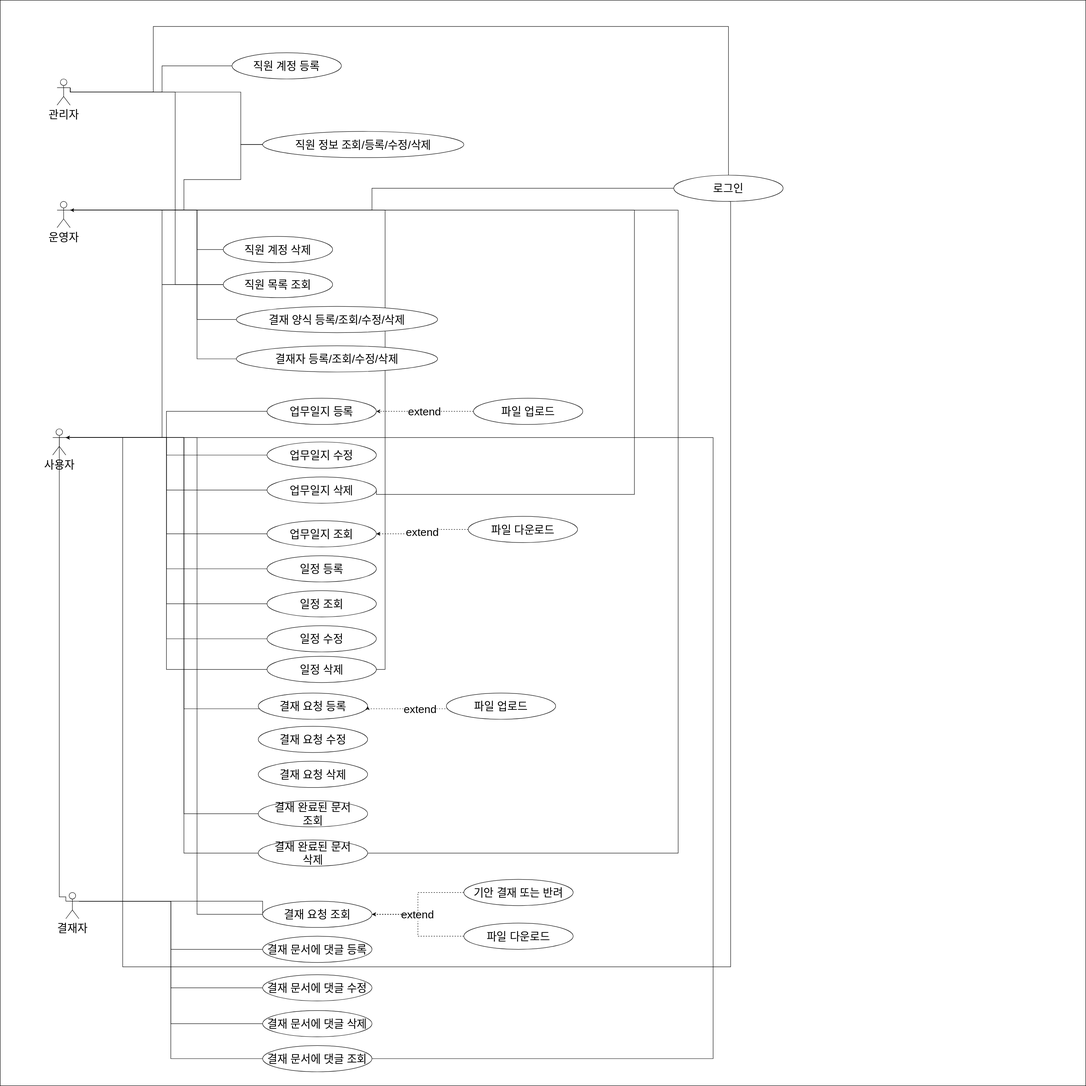
pjiyun123/mmp-groupware-project keeps this draw.io diagram as files/use-case.svg. Above is the earlier version. Source tidied: cells renumbered, new cells last; positions are measured from the earlier drawing's top-left corner, leaving out a move shared by most shapes.
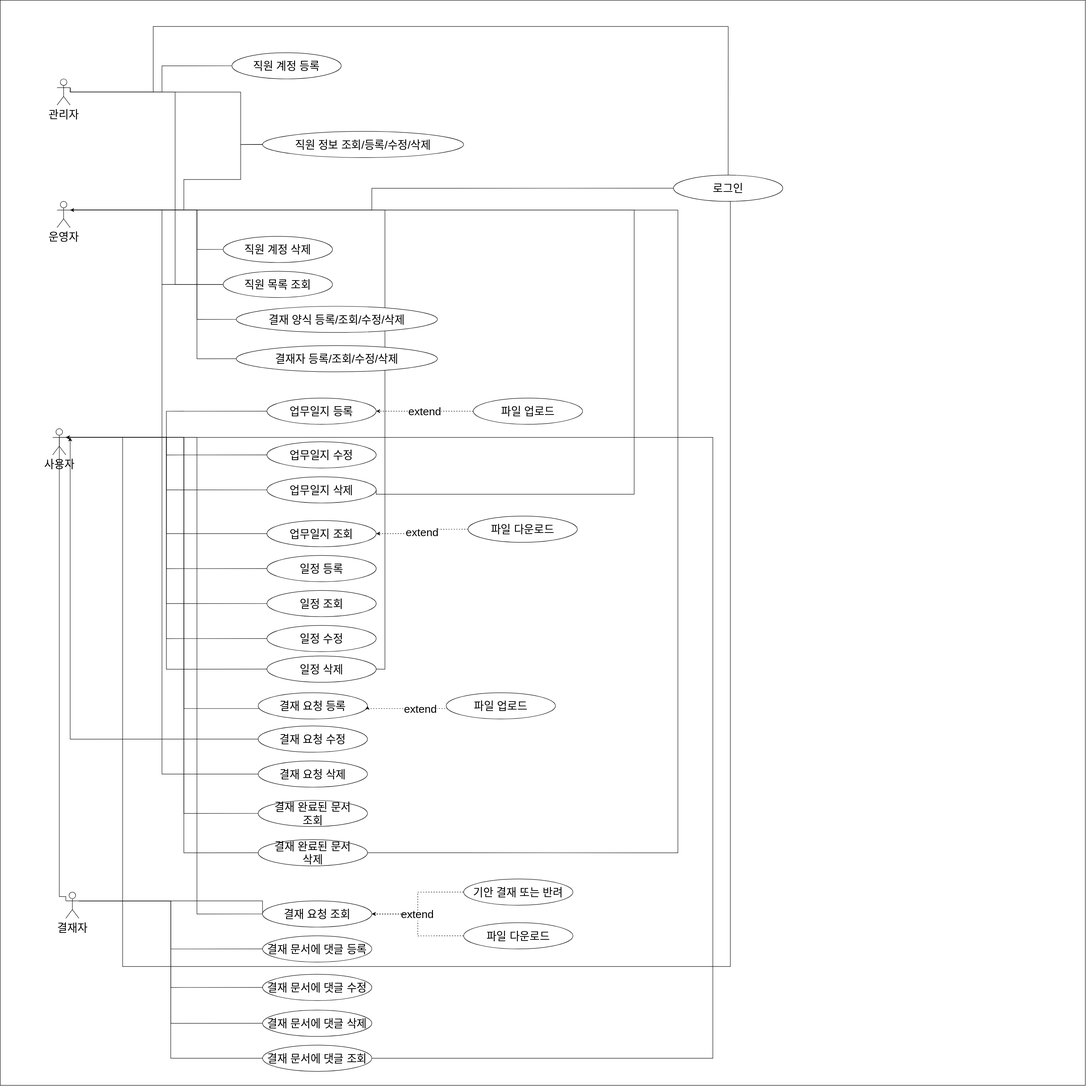
After the change.

Diff of the diagram source:
```diff
@@ -147,9 +147,17 @@
         <mxPoint x="1" as="offset" />
       </mxGeometry>
     </mxCell>
+    <mxCell id="77" style="edgeStyle=orthogonalEdgeStyle;rounded=0;jettySize=auto;html=1;exitX=0;exitY=0.5;exitDx=0;exitDy=0;" parent="1" edge="1" source="38">
+      <mxGeometry relative="1" as="geometry">
+        <mxPoint x="160" y="1000" as="targetPoint" />
+      </mxGeometry>
+    </mxCell>
     <mxCell id="38" value="결재 요청 수정" style="ellipse;whiteSpace=wrap;html=1;fontSize=25;" parent="1" vertex="1">
       <mxGeometry x="590" y="1660" width="250" height="60" as="geometry" />
     </mxCell>
+    <mxCell id="78" style="edgeStyle=orthogonalEdgeStyle;rounded=0;jettySize=auto;html=1;exitX=0;exitY=0.5;exitDx=0;exitDy=0;entryX=1;entryY=0.3333333333333333;entryDx=0;entryDy=0;entryPerimeter=0;" parent="1" edge="1" source="39" target="12">
+      <mxGeometry relative="1" as="geometry" />
+    </mxCell>
     <mxCell id="39" value="결재 요청 삭제" style="ellipse;whiteSpace=wrap;html=1;fontSize=25;" parent="1" vertex="1">
       <mxGeometry x="590" y="1740" width="250" height="60" as="geometry" />
     </mxCell>
```
